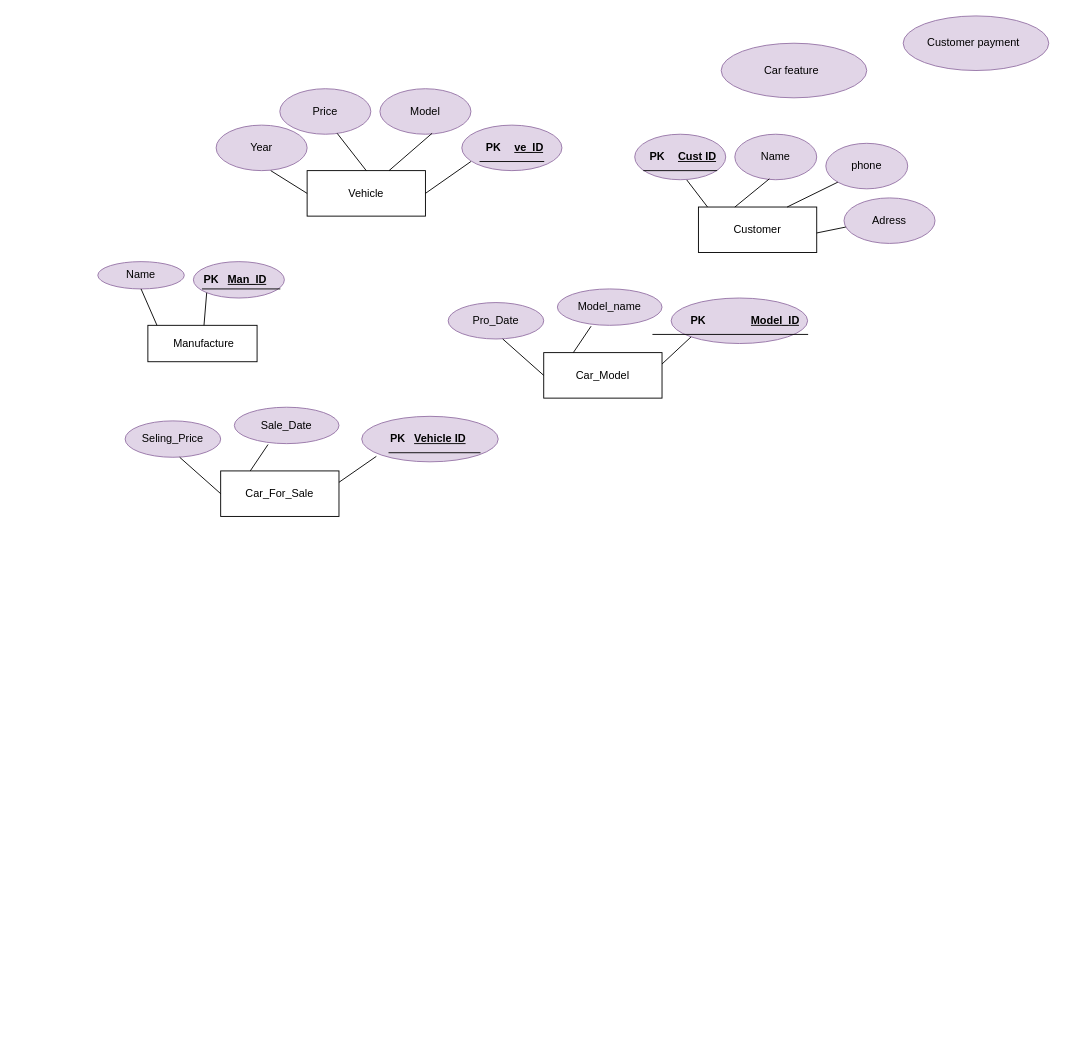
Before: ERD/Untitled Diagram.drawio in mawadaelmeshad/Car_Sales_Company, a draw.io diagram. Source tidied: cells renumbered, new cells numbered last; positions are measured from the earlier drawing's top-left corner, leaving out a move shared by most shapes. Both pictures are drawn from the tidied source at 91%, with x=0, y=0 at pixel (97, 15).
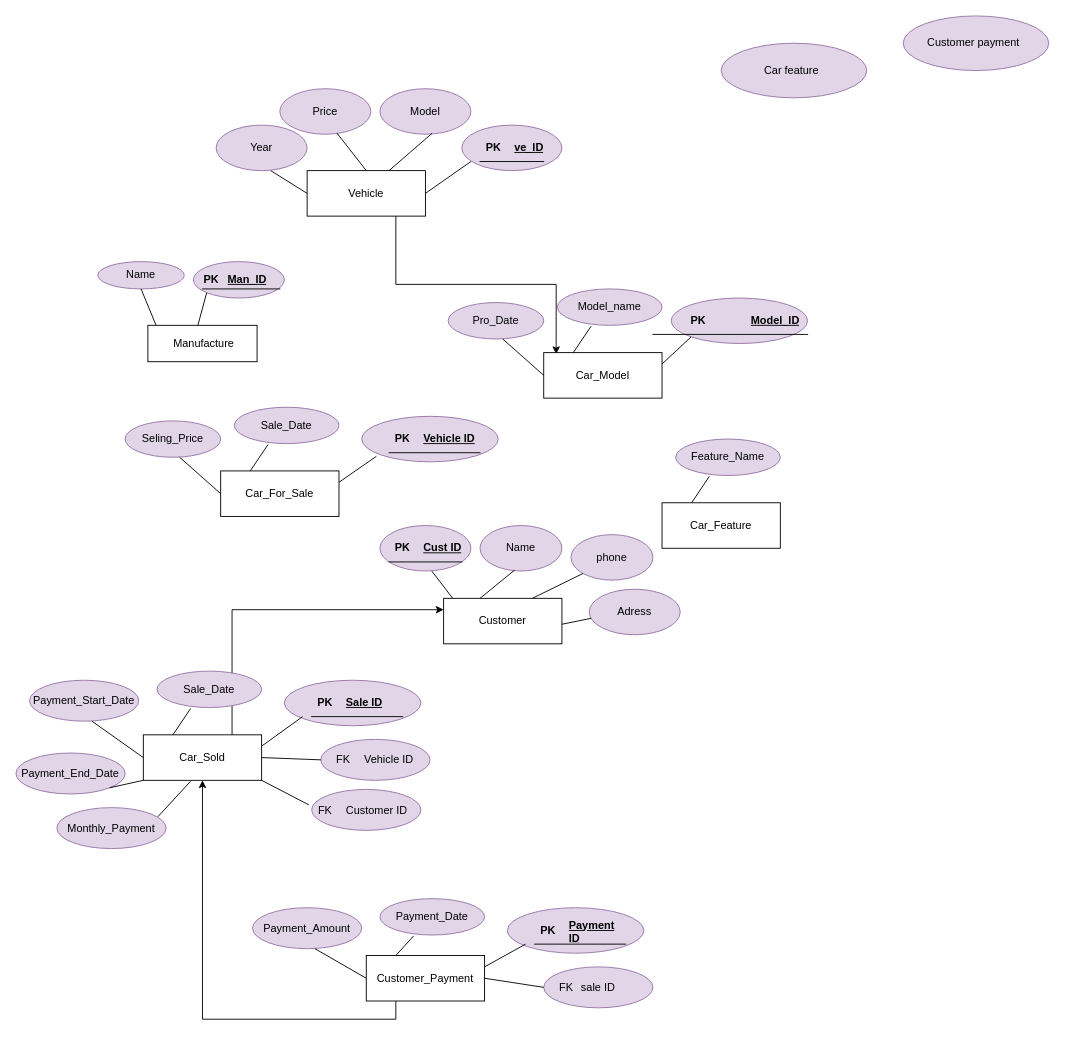
The same page after the edit.

Unchanged cells that the change refers to:
```xml
<mxCell id="8" value="Vehicle" style="rounded=0;whiteSpace=wrap;html=1;" parent="1" vertex="1">
  <mxGeometry x="230" y="170" width="130" height="50" as="geometry" />
</mxCell>
<mxCell id="34" value="&amp;nbsp;Manufacture" style="rounded=0;whiteSpace=wrap;html=1;" parent="1" vertex="1">
  <mxGeometry x="55" y="340" width="120" height="40" as="geometry" />
</mxCell>
<mxCell id="35" value="Name" style="ellipse;whiteSpace=wrap;html=1;fillColor=#e1d5e7;strokeColor=#9673a6;" parent="1" vertex="1">
  <mxGeometry y="270" width="95" height="30" as="geometry" />
</mxCell>
<mxCell id="37" style="ellipse;whiteSpace=wrap;html=1;fillColor=#e1d5e7;strokeColor=#9673a6;" parent="1" vertex="1">
  <mxGeometry x="105" y="270" width="100" height="40" as="geometry" />
</mxCell>
<mxCell id="43" value="Car_Model" style="rounded=0;whiteSpace=wrap;html=1;" parent="1" vertex="1">
  <mxGeometry x="490" y="370" width="130" height="50" as="geometry" />
</mxCell>
<mxCell id="58" style="shape=tableRow;horizontal=0;startSize=0;swimlaneHead=0;swimlaneBody=0;fillColor=none;top=0;left=0;right=0;bottom=1;" parent="57" vertex="1">
  <mxGeometry width="100" height="30" as="geometry" />
</mxCell>
```

Change to the diagram source:
```diff
@@
+    <mxCell id="65" style="edgeStyle=orthogonalEdgeStyle;rounded=0;jettySize=auto;html=1;exitX=0.75;exitY=1;exitDx=0;exitDy=0;entryX=0.105;entryY=0.033;entryDx=0;entryDy=0;entryPerimeter=0;" parent="1" edge="1" source="8" target="43">
+      <mxGeometry relative="1" as="geometry" />
+    </mxCell>
@@
     <mxCell id="19" value="Customer" style="rounded=0;whiteSpace=wrap;html=1;" parent="1" vertex="1">
-      <mxGeometry x="660" y="210" width="130" height="50" as="geometry" />
+      <mxGeometry x="380" y="640" width="130" height="50" as="geometry" />
     </mxCell>
@@
     <mxCell id="21" style="ellipse;whiteSpace=wrap;html=1;fillColor=#e1d5e7;strokeColor=#9673a6;" parent="1" vertex="1">
-      <mxGeometry x="590" y="130" width="100" height="50" as="geometry" />
+      <mxGeometry x="310" y="560" width="100" height="50" as="geometry" />
     </mxCell>
     <mxCell id="22" style="shape=table;startSize=0;childLayout=tableLayout;rowLines=0;fontStyle=0;align=center;strokeColor=none;fillColor=none;" parent="1" vertex="1">
-      <mxGeometry x="600" y="140" width="80" height="30" as="geometry" />
+      <mxGeometry x="320" y="570" width="80" height="30" as="geometry" />
     </mxCell>
@@
     <mxCell id="26" value="Name" style="ellipse;whiteSpace=wrap;html=1;fillColor=#e1d5e7;strokeColor=#9673a6;" parent="1" vertex="1">
-      <mxGeometry x="700" y="130" width="90" height="50" as="geometry" />
+      <mxGeometry x="420" y="560" width="90" height="50" as="geometry" />
     </mxCell>
     <mxCell id="27" value="phone" style="ellipse;whiteSpace=wrap;html=1;fillColor=#e1d5e7;strokeColor=#9673a6;" parent="1" vertex="1">
-      <mxGeometry x="800" y="140" width="90" height="50" as="geometry" />
+      <mxGeometry x="520" y="570" width="90" height="50" as="geometry" />
     </mxCell>
     <mxCell id="28" value="Adress" style="ellipse;whiteSpace=wrap;html=1;fillColor=#e1d5e7;strokeColor=#9673a6;" parent="1" vertex="1">
-      <mxGeometry x="820" y="200" width="100" height="50" as="geometry" />
+      <mxGeometry x="540" y="630" width="100" height="50" as="geometry" />
     </mxCell>
@@
     <mxCell id="31" style="endArrow=none;html=1;rounded=0;exitX=0.75;exitY=0;exitDx=0;exitDy=0;entryX=0.02;entryY=0.64;entryDx=0;entryDy=0;entryPerimeter=0;" parent="1" edge="1" target="28">
       <mxGeometry relative="1" as="geometry">
-        <mxPoint x="790" y="238.5" as="sourcePoint" />
+        <mxPoint x="510" y="668.5" as="sourcePoint" />
       </mxGeometry>
     </mxCell>
@@
-    <mxCell id="36" style="endArrow=none;html=1;rounded=0;entryX=0.5;entryY=1;entryDx=0;entryDy=0;" parent="1" edge="1" target="35">
-      <mxGeometry relative="1" as="geometry">
-        <mxPoint x="65" y="340" as="sourcePoint" />
-      </mxGeometry>
+    <mxCell id="36" style="endArrow=none;html=1;rounded=0;entryX=0.5;entryY=1;entryDx=0;entryDy=0;exitX=0.075;exitY=0;exitDx=0;exitDy=0;exitPerimeter=0;" parent="1" edge="1" source="34" target="35">
+      <mxGeometry relative="1" as="geometry" />
     </mxCell>
@@
-    <mxCell id="42" style="endArrow=none;html=1;rounded=0;entryX=0;entryY=1;entryDx=0;entryDy=0;" parent="1" edge="1" source="34" target="37">
+    <mxCell id="42" style="endArrow=none;html=1;rounded=0;entryX=0;entryY=1;entryDx=0;entryDy=0;exitX=0.458;exitY=0;exitDx=0;exitDy=0;exitPerimeter=0;" parent="1" edge="1" source="34" target="37">
       <mxGeometry relative="1" as="geometry" />
     </mxCell>
@@
     <mxCell id="59" value="PK" style="shape=partialRectangle;fillColor=none;top=0;left=0;bottom=0;right=0;fontStyle=1;overflow=hidden;whiteSpace=wrap;html=1;" parent="58" vertex="1">
-      <mxGeometry width="20" height="30" as="geometry" />
+      <mxGeometry width="30" height="30" as="geometry" />
     </mxCell>
     <mxCell id="60" value="Vehicle ID" style="shape=partialRectangle;fillColor=none;top=0;left=0;bottom=0;right=0;align=left;spacingLeft=6;fontStyle=5;overflow=hidden;whiteSpace=wrap;html=1;" parent="58" vertex="1">
-      <mxGeometry x="20" width="80" height="30" as="geometry" />
+      <mxGeometry x="30" width="70" height="30" as="geometry" />
     </mxCell>
@@
+    <mxCell id="66" value="Car_Feature" style="rounded=0;whiteSpace=wrap;html=1;" parent="1" vertex="1">
+      <mxGeometry x="620" y="535" width="130" height="50" as="geometry" />
+    </mxCell>
+    <mxCell id="67" value="Feature_Name" style="ellipse;whiteSpace=wrap;html=1;fillColor=#e1d5e7;strokeColor=#9673a6;" parent="1" vertex="1">
+      <mxGeometry x="635" y="465" width="115" height="40" as="geometry" />
+    </mxCell>
+    <mxCell id="68" style="endArrow=none;html=1;rounded=0;exitX=0.25;exitY=0;exitDx=0;exitDy=0;entryX=0.322;entryY=1.025;entryDx=0;entryDy=0;entryPerimeter=0;" parent="1" edge="1" source="66" target="67">
+      <mxGeometry relative="1" as="geometry" />
+    </mxCell>
+    <mxCell id="69" style="edgeStyle=orthogonalEdgeStyle;rounded=0;jettySize=auto;html=1;exitX=0.75;exitY=0;exitDx=0;exitDy=0;entryX=0;entryY=0.25;entryDx=0;entryDy=0;" parent="1" edge="1" source="70" target="19">
+      <mxGeometry relative="1" as="geometry" />
+    </mxCell>
+    <mxCell id="70" value="Car_Sold" style="rounded=0;whiteSpace=wrap;html=1;" parent="1" vertex="1">
+      <mxGeometry x="50" y="790" width="130" height="50" as="geometry" />
+    </mxCell>
+    <mxCell id="71" value="Sale_Date" style="ellipse;whiteSpace=wrap;html=1;fillColor=#e1d5e7;strokeColor=#9673a6;" parent="1" vertex="1">
+      <mxGeometry x="65" y="720" width="115" height="40" as="geometry" />
+    </mxCell>
+    <mxCell id="72" style="ellipse;whiteSpace=wrap;html=1;fillColor=#e1d5e7;strokeColor=#9673a6;" parent="1" vertex="1">
+      <mxGeometry x="205" y="730" width="150" height="50" as="geometry" />
+    </mxCell>
+    <mxCell id="73" style="shape=table;startSize=0;childLayout=tableLayout;rowLines=0;fontStyle=0;align=center;strokeColor=none;fillColor=none;" parent="1" vertex="1">
+      <mxGeometry x="235" y="740" width="100" height="30" as="geometry" />
+    </mxCell>
+    <mxCell id="74" style="shape=tableRow;horizontal=0;startSize=0;swimlaneHead=0;swimlaneBody=0;fillColor=none;top=0;left=0;right=0;bottom=1;" parent="73" vertex="1">
+      <mxGeometry width="100" height="30" as="geometry" />
+    </mxCell>
+    <mxCell id="75" value="PK" style="shape=partialRectangle;fillColor=none;top=0;left=0;bottom=0;right=0;fontStyle=1;overflow=hidden;whiteSpace=wrap;html=1;" parent="74" vertex="1">
+      <mxGeometry width="30" height="30" as="geometry" />
+    </mxCell>
+    <mxCell id="76" value="Sale ID" style="shape=partialRectangle;fillColor=none;top=0;left=0;bottom=0;right=0;align=left;spacingLeft=6;fontStyle=5;overflow=hidden;whiteSpace=wrap;html=1;" parent="74" vertex="1">
+      <mxGeometry x="30" width="70" height="30" as="geometry" />
+    </mxCell>
+    <mxCell id="77" style="endArrow=none;html=1;rounded=0;exitX=0.25;exitY=0;exitDx=0;exitDy=0;entryX=0.322;entryY=1.025;entryDx=0;entryDy=0;entryPerimeter=0;" parent="1" edge="1" source="70" target="71">
+      <mxGeometry relative="1" as="geometry" />
+    </mxCell>
+    <mxCell id="78" style="endArrow=none;html=1;rounded=0;exitX=1;exitY=0.25;exitDx=0;exitDy=0;" parent="1" edge="1" source="70">
+      <mxGeometry relative="1" as="geometry">
+        <mxPoint x="225" y="770" as="targetPoint" />
+      </mxGeometry>
+    </mxCell>
+    <mxCell id="79" value=" Payment_Start_Date" style="ellipse;whiteSpace=wrap;html=1;fillColor=#e1d5e7;strokeColor=#9673a6;" parent="1" vertex="1">
+      <mxGeometry x="-75" y="730" width="120" height="45" as="geometry" />
+    </mxCell>
+    <mxCell id="80" style="endArrow=none;html=1;rounded=0;exitX=0.571;exitY=1;exitDx=0;exitDy=0;exitPerimeter=0;entryX=0;entryY=0.5;entryDx=0;entryDy=0;" parent="1" edge="1" source="79" target="70">
+      <mxGeometry relative="1" as="geometry" />
+    </mxCell>
+    <mxCell id="81" value=" Payment_End_Date" style="ellipse;whiteSpace=wrap;html=1;fillColor=#e1d5e7;strokeColor=#9673a6;" parent="1" vertex="1">
+      <mxGeometry x="-90" y="810" width="120" height="45" as="geometry" />
+    </mxCell>
+    <mxCell id="82" style="endArrow=none;html=1;rounded=0;exitX=1;exitY=1;exitDx=0;exitDy=0;entryX=0;entryY=1;entryDx=0;entryDy=0;" parent="1" edge="1" source="81" target="70">
+      <mxGeometry relative="1" as="geometry" />
+    </mxCell>
+    <mxCell id="83" value=" Monthly_Payment" style="ellipse;whiteSpace=wrap;html=1;fillColor=#e1d5e7;strokeColor=#9673a6;" parent="1" vertex="1">
+      <mxGeometry x="-45" y="870" width="120" height="45" as="geometry" />
+    </mxCell>
+    <mxCell id="84" style="endArrow=none;html=1;rounded=0;exitX=0.925;exitY=0.222;exitDx=0;exitDy=0;exitPerimeter=0;entryX=0.4;entryY=1.02;entryDx=0;entryDy=0;entryPerimeter=0;" parent="1" edge="1" source="83" target="70">
+      <mxGeometry relative="1" as="geometry" />
+    </mxCell>
+    <mxCell id="85" style="ellipse;whiteSpace=wrap;html=1;fillColor=#e1d5e7;strokeColor=#9673a6;" parent="1" vertex="1">
+      <mxGeometry x="245" y="795" width="120" height="45" as="geometry" />
+    </mxCell>
+    <mxCell id="86" style="shape=table;startSize=0;childLayout=tableLayout;rowLines=0;fontStyle=0;align=center;strokeColor=none;fillColor=none;" parent="1" vertex="1">
+      <mxGeometry x="255" y="802.5" width="180" height="30" as="geometry" />
+    </mxCell>
+    <mxCell id="87" style="shape=tableRow;horizontal=0;startSize=0;swimlaneHead=0;swimlaneBody=0;fillColor=none;top=0;left=0;right=0;bottom=0;" parent="86" vertex="1">
+      <mxGeometry width="180" height="30" as="geometry" />
+    </mxCell>
+    <mxCell id="88" value="FK" style="shape=partialRectangle;fillColor=none;top=0;left=0;bottom=0;right=0;fontStyle=0;overflow=hidden;whiteSpace=wrap;html=1;" parent="87" vertex="1">
+      <mxGeometry width="30" height="30" as="geometry" />
+    </mxCell>
+    <mxCell id="89" value="Vehicle ID" style="shape=partialRectangle;fillColor=none;top=0;left=0;bottom=0;right=0;align=left;spacingLeft=6;fontStyle=0;overflow=hidden;whiteSpace=wrap;html=1;" parent="87" vertex="1">
+      <mxGeometry x="30" width="150" height="30" as="geometry" />
+    </mxCell>
+    <mxCell id="90" style="endArrow=none;html=1;rounded=0;entryX=0;entryY=0.5;entryDx=0;entryDy=0;exitX=1;exitY=0.5;exitDx=0;exitDy=0;" parent="1" edge="1" source="70" target="85">
+      <mxGeometry relative="1" as="geometry" />
+    </mxCell>
+    <mxCell id="91" style="ellipse;whiteSpace=wrap;html=1;fillColor=#e1d5e7;strokeColor=#9673a6;" parent="1" vertex="1">
+      <mxGeometry x="235" y="850" width="120" height="45" as="geometry" />
+    </mxCell>
+    <mxCell id="92" style="shape=table;startSize=0;childLayout=tableLayout;rowLines=0;fontStyle=0;align=center;strokeColor=none;fillColor=none;" parent="1" vertex="1">
+      <mxGeometry x="235" y="857.5" width="180" height="30" as="geometry" />
+    </mxCell>
+    <mxCell id="93" style="shape=tableRow;horizontal=0;startSize=0;swimlaneHead=0;swimlaneBody=0;fillColor=none;points=[[0,0.5],[1,0.5]];portConstraint=eastwest;top=0;left=0;right=0;bottom=0;" parent="92" vertex="1">
+      <mxGeometry width="180" height="30" as="geometry" />
+    </mxCell>
+    <mxCell id="94" value="FK" style="shape=partialRectangle;fillColor=none;top=0;left=0;bottom=0;right=0;fontStyle=0;overflow=hidden;whiteSpace=wrap;html=1;" parent="93" vertex="1">
+      <mxGeometry width="30" height="30" as="geometry" />
+    </mxCell>
+    <mxCell id="95" value="Customer ID" style="shape=partialRectangle;fillColor=none;top=0;left=0;bottom=0;right=0;align=left;spacingLeft=6;fontStyle=0;overflow=hidden;whiteSpace=wrap;html=1;" parent="93" vertex="1">
+      <mxGeometry x="30" width="150" height="30" as="geometry" />
+    </mxCell>
+    <mxCell id="96" style="endArrow=none;html=1;rounded=0;entryX=-0.017;entryY=0.317;entryDx=0;entryDy=0;entryPerimeter=0;exitX=1;exitY=1;exitDx=0;exitDy=0;" parent="1" edge="1" source="70" target="93">
+      <mxGeometry relative="1" as="geometry" />
+    </mxCell>
+    <mxCell id="97" style="edgeStyle=orthogonalEdgeStyle;rounded=0;jettySize=auto;html=1;exitX=0.25;exitY=1;exitDx=0;exitDy=0;entryX=0.5;entryY=1;entryDx=0;entryDy=0;" parent="1" edge="1" source="98" target="70">
+      <mxGeometry relative="1" as="geometry" />
+    </mxCell>
+    <mxCell id="98" value="Customer_Payment" style="rounded=0;whiteSpace=wrap;html=1;" parent="1" vertex="1">
+      <mxGeometry x="295" y="1032.5" width="130" height="50" as="geometry" />
+    </mxCell>
+    <mxCell id="99" value="Payment_Date" style="ellipse;whiteSpace=wrap;html=1;fillColor=#e1d5e7;strokeColor=#9673a6;" parent="1" vertex="1">
+      <mxGeometry x="310" y="970" width="115" height="40" as="geometry" />
+    </mxCell>
+    <mxCell id="100" style="ellipse;whiteSpace=wrap;html=1;fillColor=#e1d5e7;strokeColor=#9673a6;" parent="1" vertex="1">
+      <mxGeometry x="450" y="980" width="150" height="50" as="geometry" />
+    </mxCell>
+    <mxCell id="101" style="shape=table;startSize=0;childLayout=tableLayout;rowLines=0;fontStyle=0;align=center;strokeColor=none;fillColor=none;" parent="1" vertex="1">
+      <mxGeometry x="480" y="990" width="100" height="30" as="geometry" />
+    </mxCell>
+    <mxCell id="102" style="shape=tableRow;horizontal=0;startSize=0;swimlaneHead=0;swimlaneBody=0;fillColor=none;top=0;left=0;right=0;bottom=1;" parent="101" vertex="1">
+      <mxGeometry width="100" height="30" as="geometry" />
+    </mxCell>
+    <mxCell id="103" value="PK" style="shape=partialRectangle;fillColor=none;top=0;left=0;bottom=0;right=0;fontStyle=1;overflow=hidden;whiteSpace=wrap;html=1;" parent="102" vertex="1">
+      <mxGeometry width="30" height="30" as="geometry" />
+    </mxCell>
+    <mxCell id="104" value="Payment ID" style="shape=partialRectangle;fillColor=none;top=0;left=0;bottom=0;right=0;align=left;spacingLeft=6;fontStyle=5;overflow=hidden;whiteSpace=wrap;html=1;" parent="102" vertex="1">
+      <mxGeometry x="30" width="70" height="30" as="geometry" />
+    </mxCell>
+    <mxCell id="105" style="endArrow=none;html=1;rounded=0;exitX=0.25;exitY=0;exitDx=0;exitDy=0;entryX=0.322;entryY=1.025;entryDx=0;entryDy=0;entryPerimeter=0;" parent="1" edge="1" source="98" target="99">
+      <mxGeometry relative="1" as="geometry" />
+    </mxCell>
+    <mxCell id="106" style="endArrow=none;html=1;rounded=0;exitX=1;exitY=0.25;exitDx=0;exitDy=0;" parent="1" edge="1" source="98">
+      <mxGeometry relative="1" as="geometry">
+        <mxPoint x="470" y="1020" as="targetPoint" />
+      </mxGeometry>
+    </mxCell>
+    <mxCell id="107" value=" Payment_Amount" style="ellipse;whiteSpace=wrap;html=1;fillColor=#e1d5e7;strokeColor=#9673a6;" parent="1" vertex="1">
+      <mxGeometry x="170" y="980" width="120" height="45" as="geometry" />
+    </mxCell>
+    <mxCell id="108" style="endArrow=none;html=1;rounded=0;exitX=0.571;exitY=1;exitDx=0;exitDy=0;exitPerimeter=0;entryX=0;entryY=0.5;entryDx=0;entryDy=0;" parent="1" edge="1" source="107" target="98">
+      <mxGeometry relative="1" as="geometry" />
+    </mxCell>
+    <mxCell id="109" value="sale ID" style="ellipse;whiteSpace=wrap;html=1;fillColor=#e1d5e7;strokeColor=#9673a6;" parent="1" vertex="1">
+      <mxGeometry x="490" y="1045" width="120" height="45" as="geometry" />
+    </mxCell>
+    <mxCell id="110" value="FK" style="shape=partialRectangle;fillColor=none;top=0;left=0;bottom=0;right=0;fontStyle=0;overflow=hidden;whiteSpace=wrap;html=1;" parent="1" vertex="1">
+      <mxGeometry x="500" y="1052.5" width="30" height="30" as="geometry" />
+    </mxCell>
+    <mxCell id="111" style="endArrow=none;html=1;rounded=0;entryX=0;entryY=0.5;entryDx=0;entryDy=0;exitX=1;exitY=0.5;exitDx=0;exitDy=0;" parent="1" edge="1" source="98" target="109">
+      <mxGeometry relative="1" as="geometry" />
+    </mxCell>
```
